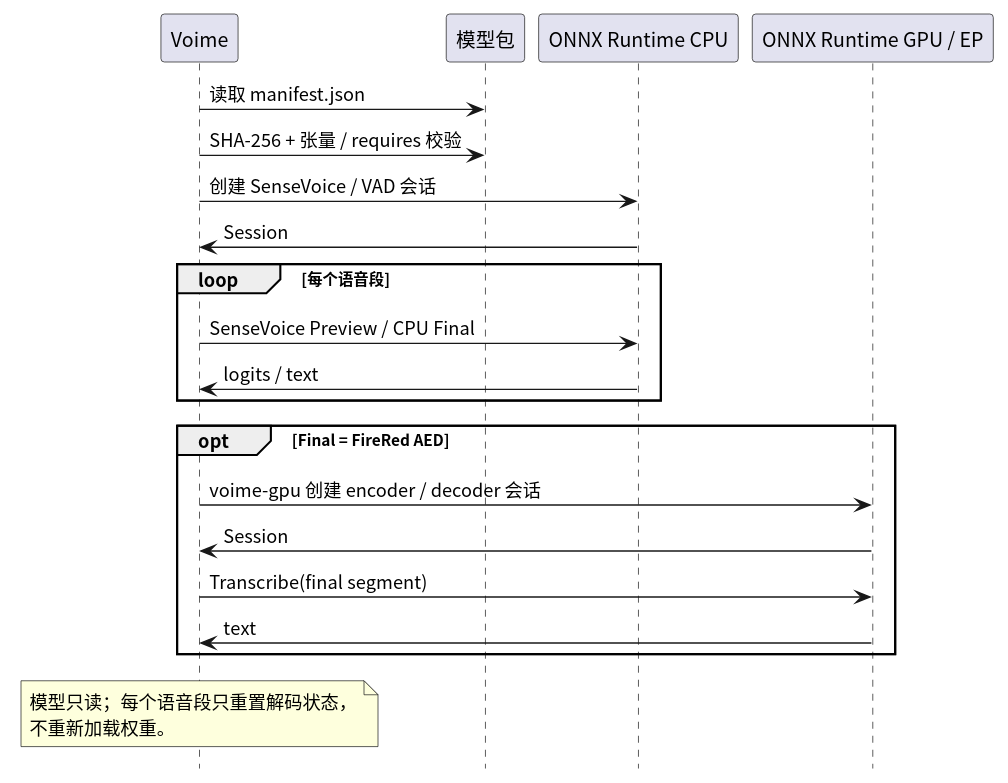
54m43lJ/voime keeps this PlantUML diagram as diagram/provider-inference.svg. Above is the earlier version.
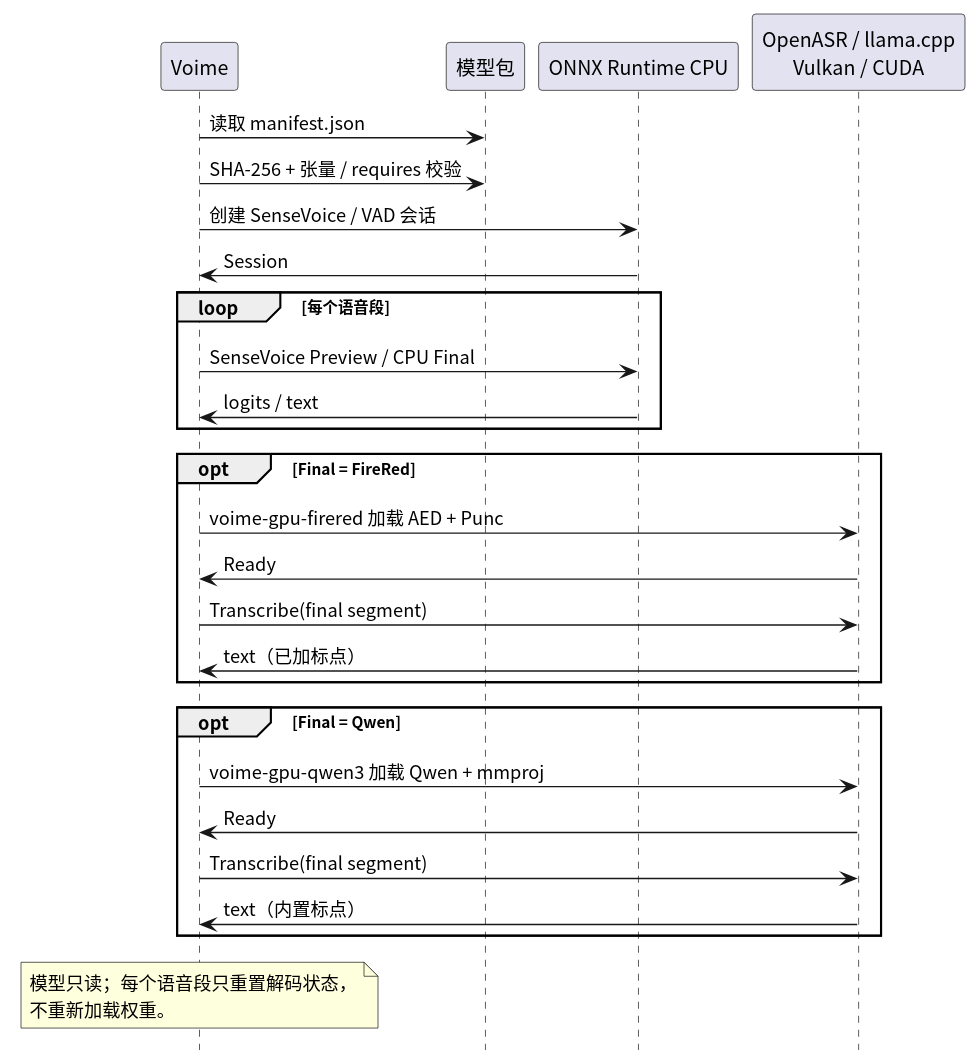
Above is the later version.

The edit, as a diff of the source:
```diff
@@ -6,7 +6,7 @@
 participant "Voime" as Voime
 participant "模型包" as Model
 participant "ONNX Runtime CPU" as OrtCpu
-participant "ONNX Runtime GPU / EP" as OrtGpu
+participant "OpenASR / llama.cpp\nVulkan / CUDA" as Gpu
 
 Voime -> Model : 读取 manifest.json
 Voime -> Model : SHA-256 + 张量 / requires 校验
@@ -18,11 +18,18 @@
   OrtCpu -> Voime : logits / text
 end
 
-opt Final = FireRed AED
-  Voime -> OrtGpu : voime-gpu 创建 encoder / decoder 会话
-  OrtGpu -> Voime : Session
-  Voime -> OrtGpu : Transcribe(final segment)
-  OrtGpu -> Voime : text
+opt Final = FireRed
+  Voime -> Gpu : voime-gpu-firered 加载 AED + Punc
+  Gpu -> Voime : Ready
+  Voime -> Gpu : Transcribe(final segment)
+  Gpu -> Voime : text（已加标点）
+end
+
+opt Final = Qwen
+  Voime -> Gpu : voime-gpu-qwen3 加载 Qwen + mmproj
+  Gpu -> Voime : Ready
+  Voime -> Gpu : Transcribe(final segment)
+  Gpu -> Voime : text（内置标点）
 end
 
 note over Voime
```
